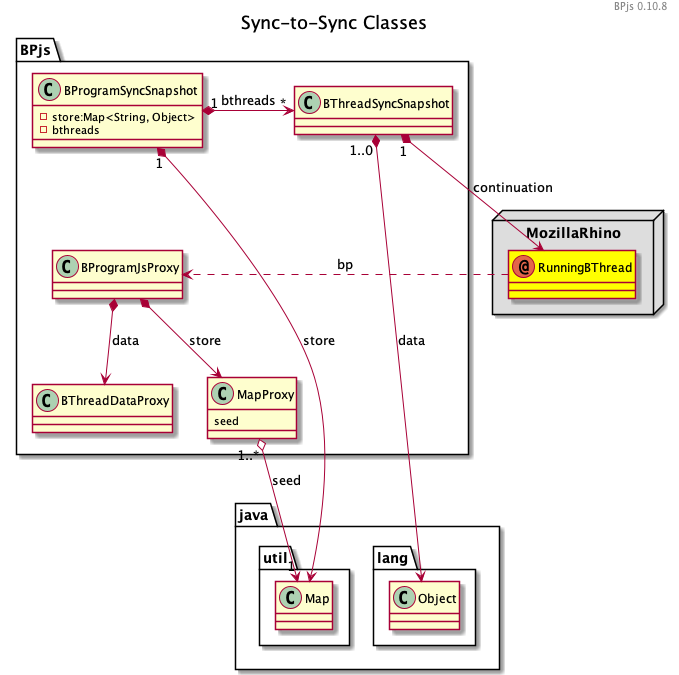
Above: docs/diagrams/sync-to-sync.png in bThink-BGU/BPjs (PlantUML), before the change. Its diagram source:
```plantuml
@startuml

title Sync-to-Sync Classes
header
BPjs 0.10.8
endheader

package java {
    package util {
        class Map {}
    }
    package lang {
        class Object {}
    }
}

package BPjs {
    class BProgramSyncSnapshot {
        - store:Map<String, Object>
        - bthreads
    }

    class BThreadSyncSnapshot {

    }

    class BProgramJsProxy {

    }

    class BThreadDataProxy {

    }

    class MapProxy {
        seed
    }
}

package MozillaRhino <<node>> #DDDDDD {
    annotation RunningBThread #FFFF00
}


BThreadSyncSnapshot "1..0" *--> Object: data
MapProxy "1..*" o--> "1" Map: seed
BProgramSyncSnapshot "1" *--> Map: store
BProgramSyncSnapshot "1" *-> "*" BThreadSyncSnapshot : bthreads
BProgramJsProxy *--> BThreadDataProxy : data
BProgramJsProxy *--> MapProxy : store
BThreadSyncSnapshot "1" *--> RunningBThread: continuation

BProgramSyncSnapshot -[hidden]-> BProgramJsProxy

RunningBThread -[dashed]-> BProgramJsProxy : bp

@enduml
```
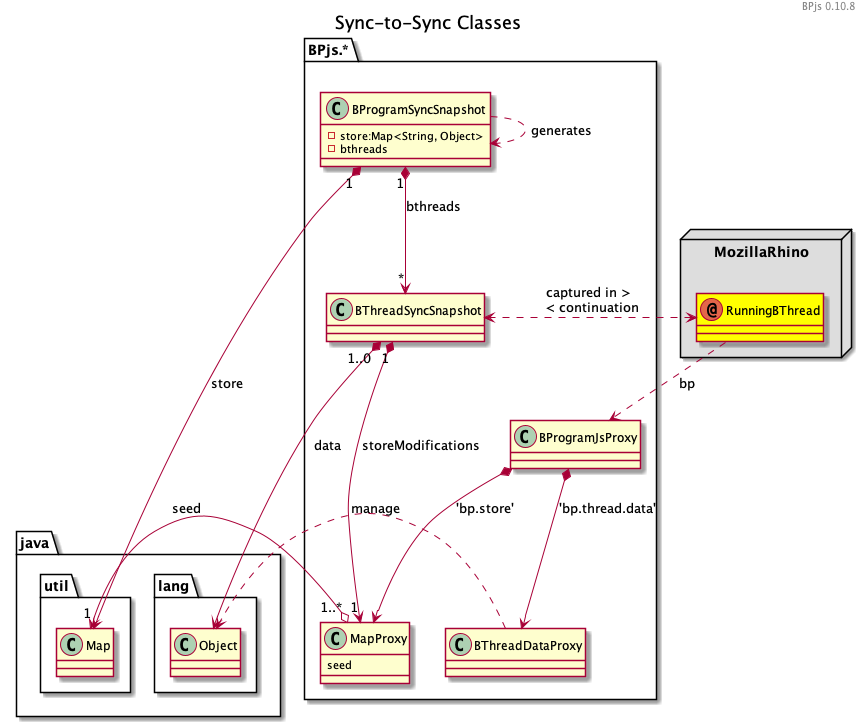
The same file after the commit.

What changed in the source:
```diff
@@ -14,7 +14,7 @@
     }
 }
 
-package BPjs {
+package BPjs.* {
     class BProgramSyncSnapshot {
         - store:Map<String, Object>
         - bthreads
@@ -42,16 +42,20 @@
 }
 
 
-BThreadSyncSnapshot "1..0" *--> Object: data
-MapProxy "1..*" o--> "1" Map: seed
-BProgramSyncSnapshot "1" *--> Map: store
-BProgramSyncSnapshot "1" *-> "*" BThreadSyncSnapshot : bthreads
-BProgramJsProxy *--> BThreadDataProxy : data
-BProgramJsProxy *--> MapProxy : store
-BThreadSyncSnapshot "1" *--> RunningBThread: continuation
+BProgramSyncSnapshot "1" *-left-> Map: store
+BProgramSyncSnapshot ..> BProgramSyncSnapshot: generates
+BProgramSyncSnapshot "1" *--> "*" BThreadSyncSnapshot : bthreads
+BThreadSyncSnapshot "1..0" *-> Object: data
+BThreadSyncSnapshot "1" *-> "1" MapProxy: storeModifications
+RunningBThread <-[dashed]-> BThreadSyncSnapshot: captured in > \n < continuation
+MapProxy "1..*" o-> "1" Map: seed
+BProgramJsProxy *--> BThreadDataProxy : 'bp.thread.data'
+BProgramJsProxy *--> MapProxy : 'bp.store'
+RunningBThread -[dashed]-> BProgramJsProxy : bp
+BThreadDataProxy -[dashed]-> Object : manage
 
-BProgramSyncSnapshot -[hidden]-> BProgramJsProxy
+BThreadSyncSnapshot -[hidden]-> BProgramJsProxy
+BThreadSyncSnapshot -[hidden]- RunningBThread
 
-RunningBThread -[dashed]-> BProgramJsProxy : bp
 
 @enduml
```
